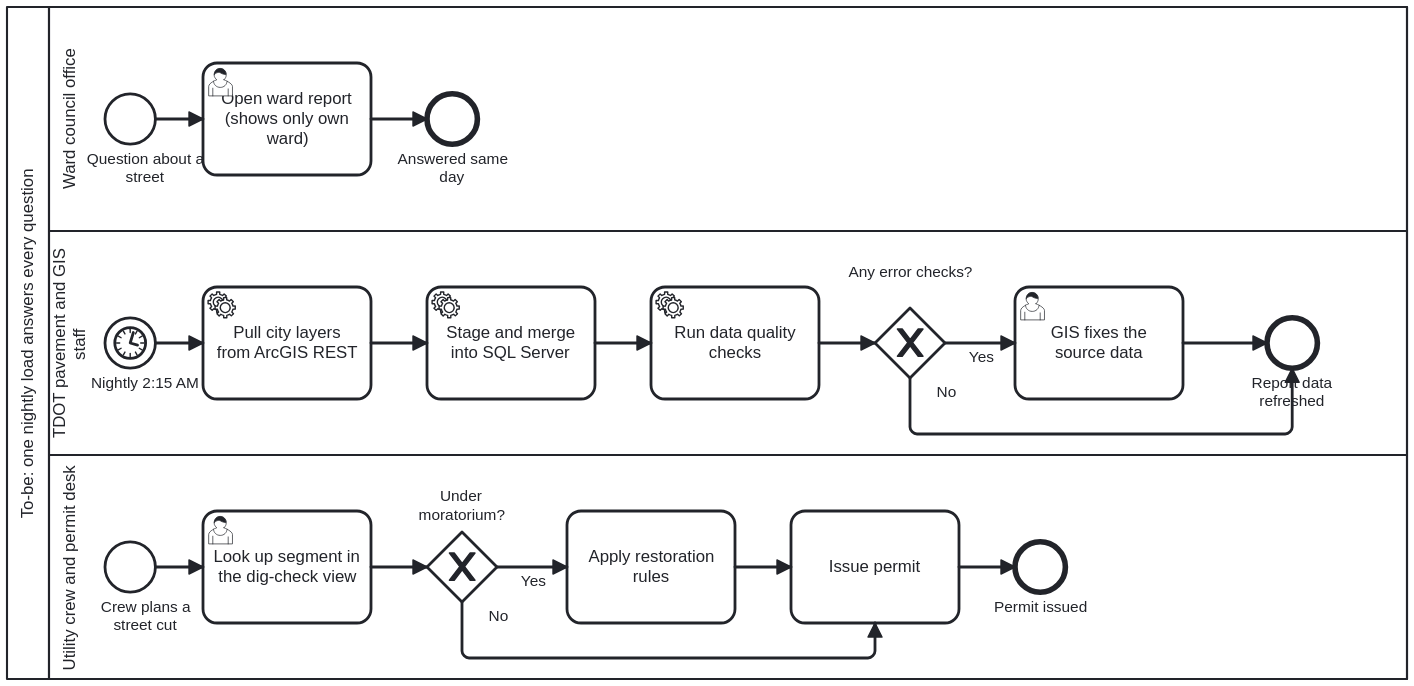
Jahe-moore/tucson-street-conditions keeps this BPMN diagram as docs/process-maps/to-be.svg. Above is the earlier version. Its source is kept beside it as docs/process-maps/to-be.bpmn. Ids are renumbered. The source it was exported from:
```xml
<bpmn:definitions xmlns:bpmn="http://www.omg.org/spec/BPMN/20100524/MODEL" xmlns:bpmndi="http://www.omg.org/spec/BPMN/20100524/DI" xmlns:dc="http://www.omg.org/spec/DD/20100524/DC" xmlns:di="http://www.omg.org/spec/DD/20100524/DI" id="Defs_to-be" targetNamespace="https://example.org/tucson-streets">
  <bpmn:collaboration id="Collab_to-be">
    <bpmn:participant id="Pool_to-be" name="To-be: one nightly load answers every question" processRef="Proc_to-be" />
  </bpmn:collaboration>
  <bpmn:process id="Proc_to-be" isExecutable="false">
    <bpmn:laneSet id="Lanes_to-be">
      <bpmn:lane id="Lane_Ward" name="Ward council office">
        <bpmn:flowNodeRef>S1</bpmn:flowNodeRef>
        <bpmn:flowNodeRef>T1</bpmn:flowNodeRef>
        <bpmn:flowNodeRef>E1</bpmn:flowNodeRef>
      </bpmn:lane>
      <bpmn:lane id="Lane_TDOT" name="TDOT pavement and GIS staff">
        <bpmn:flowNodeRef>S3</bpmn:flowNodeRef>
        <bpmn:flowNodeRef>T2</bpmn:flowNodeRef>
        <bpmn:flowNodeRef>T3</bpmn:flowNodeRef>
        <bpmn:flowNodeRef>T4</bpmn:flowNodeRef>
        <bpmn:flowNodeRef>G2</bpmn:flowNodeRef>
        <bpmn:flowNodeRef>T5</bpmn:flowNodeRef>
        <bpmn:flowNodeRef>E3</bpmn:flowNodeRef>
      </bpmn:lane>
      <bpmn:lane id="Lane_Util" name="Utility crew and permit desk">
        <bpmn:flowNodeRef>S2</bpmn:flowNodeRef>
        <bpmn:flowNodeRef>T6</bpmn:flowNodeRef>
        <bpmn:flowNodeRef>G3</bpmn:flowNodeRef>
        <bpmn:flowNodeRef>T7</bpmn:flowNodeRef>
        <bpmn:flowNodeRef>T8</bpmn:flowNodeRef>
        <bpmn:flowNodeRef>E2</bpmn:flowNodeRef>
      </bpmn:lane>
    </bpmn:laneSet>
    <bpmn:startEvent id="S1" name="Question about a street"><bpmn:outgoing>F1</bpmn:outgoing></bpmn:startEvent>
    <bpmn:userTask id="T1" name="Open ward report (shows only own ward)"><bpmn:incoming>F1</bpmn:incoming><bpmn:outgoing>F2</bpmn:outgoing></bpmn:userTask>
    <bpmn:endEvent id="E1" name="Answered same day"><bpmn:incoming>F2</bpmn:incoming></bpmn:endEvent>
    <bpmn:startEvent id="S3" name="Nightly 2:15 AM"><bpmn:outgoing>F3</bpmn:outgoing><bpmn:timerEventDefinition id="TimerDef_S3" /></bpmn:startEvent>
    <bpmn:serviceTask id="T2" name="Pull city layers from ArcGIS REST"><bpmn:incoming>F3</bpmn:incoming><bpmn:outgoing>F4</bpmn:outgoing></bpmn:serviceTask>
    <bpmn:serviceTask id="T3" name="Stage and merge into SQL Server"><bpmn:incoming>F4</bpmn:incoming><bpmn:outgoing>F5</bpmn:outgoing></bpmn:serviceTask>
    <bpmn:serviceTask id="T4" name="Run data quality checks"><bpmn:incoming>F5</bpmn:incoming><bpmn:outgoing>F6</bpmn:outgoing></bpmn:serviceTask>
    <bpmn:exclusiveGateway id="G2" name="Any error checks?"><bpmn:incoming>F6</bpmn:incoming><bpmn:outgoing>F7</bpmn:outgoing><bpmn:outgoing>F9</bpmn:outgoing></bpmn:exclusiveGateway>
    <bpmn:userTask id="T5" name="GIS fixes the source data"><bpmn:incoming>F7</bpmn:incoming><bpmn:outgoing>F8</bpmn:outgoing></bpmn:userTask>
    <bpmn:endEvent id="E3" name="Report data refreshed"><bpmn:incoming>F8</bpmn:incoming><bpmn:incoming>F9</bpmn:incoming></bpmn:endEvent>
    <bpmn:startEvent id="S2" name="Crew plans a street cut"><bpmn:outgoing>F10</bpmn:outgoing></bpmn:startEvent>
    <bpmn:userTask id="T6" name="Look up segment in the dig-check view"><bpmn:incoming>F10</bpmn:incoming><bpmn:outgoing>F11</bpmn:outgoing></bpmn:userTask>
    <bpmn:exclusiveGateway id="G3" name="Under moratorium?"><bpmn:incoming>F11</bpmn:incoming><bpmn:outgoing>F12</bpmn:outgoing><bpmn:outgoing>F14</bpmn:outgoing></bpmn:exclusiveGateway>
    <bpmn:task id="T7" name="Apply restoration rules"><bpmn:incoming>F12</bpmn:incoming><bpmn:outgoing>F13</bpmn:outgoing></bpmn:task>
    <bpmn:task id="T8" name="Issue permit"><bpmn:incoming>F13</bpmn:incoming><bpmn:incoming>F14</bpmn:incoming><bpmn:outgoing>F15</bpmn:outgoing></bpmn:task>
    <bpmn:endEvent id="E2" name="Permit issued"><bpmn:incoming>F15</bpmn:incoming></bpmn:endEvent>
    <bpmn:sequenceFlow id="F1" sourceRef="S1" targetRef="T1" />
    <bpmn:sequenceFlow id="F2" sourceRef="T1" targetRef="E1" />
    <bpmn:sequenceFlow id="F3" sourceRef="S3" targetRef="T2" />
    <bpmn:sequenceFlow id="F4" sourceRef="T2" targetRef="T3" />
    <bpmn:sequenceFlow id="F5" sourceRef="T3" targetRef="T4" />
    <bpmn:sequenceFlow id="F6" sourceRef="T4" targetRef="G2" />
    <bpmn:sequenceFlow id="F7" name="Yes" sourceRef="G2" targetRef="T5" />
    <bpmn:sequenceFlow id="F8" sourceRef="T5" targetRef="E3" />
    <bpmn:sequenceFlow id="F9" name="No" sourceRef="G2" targetRef="E3" />
    <bpmn:sequenceFlow id="F10" sourceRef="S2" targetRef="T6" />
    <bpmn:sequenceFlow id="F11" sourceRef="T6" targetRef="G3" />
    <bpmn:sequenceFlow id="F12" name="Yes" sourceRef="G3" targetRef="T7" />
    <bpmn:sequenceFlow id="F13" sourceRef="T7" targetRef="T8" />
    <bpmn:sequenceFlow id="F14" name="No" sourceRef="G3" targetRef="T8" />
    <bpmn:sequenceFlow id="F15" sourceRef="T8" targetRef="E2" />
  </bpmn:process>
  <bpmndi:BPMNDiagram id="Diag_to-be"><bpmndi:BPMNPlane id="Plane_to-be" bpmnElement="Collab_to-be">
    <bpmndi:BPMNShape id="Pool_to-be_di" bpmnElement="Pool_to-be" isHorizontal="true"><dc:Bounds x="150" y="80" width="1000" height="480" /></bpmndi:BPMNShape>
    <bpmndi:BPMNShape id="Lane_Ward_di" bpmnElement="Lane_Ward" isHorizontal="true"><dc:Bounds x="180" y="80" width="970" height="160" /></bpmndi:BPMNShape>
    <bpmndi:BPMNShape id="Lane_TDOT_di" bpmnElement="Lane_TDOT" isHorizontal="true"><dc:Bounds x="180" y="240" width="970" height="160" /></bpmndi:BPMNShape>
    <bpmndi:BPMNShape id="Lane_Util_di" bpmnElement="Lane_Util" isHorizontal="true"><dc:Bounds x="180" y="400" width="970" height="160" /></bpmndi:BPMNShape>
    <bpmndi:BPMNShape id="S1_di" bpmnElement="S1"><dc:Bounds x="220" y="142" width="36" height="36" /><bpmndi:BPMNLabel><dc:Bounds x="214" y="182" width="70" height="40" /></bpmndi:BPMNLabel></bpmndi:BPMNShape>
    <bpmndi:BPMNShape id="T1_di" bpmnElement="T1"><dc:Bounds x="290" y="120" width="120" height="80" /></bpmndi:BPMNShape>
    <bpmndi:BPMNShape id="E1_di" bpmnElement="E1"><dc:Bounds x="450" y="142" width="36" height="36" /><bpmndi:BPMNLabel><dc:Bounds x="423" y="182" width="90" height="40" /></bpmndi:BPMNLabel></bpmndi:BPMNShape>
    <bpmndi:BPMNShape id="S3_di" bpmnElement="S3"><dc:Bounds x="220" y="302" width="36" height="36" /><bpmndi:BPMNLabel><dc:Bounds x="214" y="342" width="70" height="40" /></bpmndi:BPMNLabel></bpmndi:BPMNShape>
    <bpmndi:BPMNShape id="T2_di" bpmnElement="T2"><dc:Bounds x="290" y="280" width="120" height="80" /></bpmndi:BPMNShape>
    <bpmndi:BPMNShape id="T3_di" bpmnElement="T3"><dc:Bounds x="450" y="280" width="120" height="80" /></bpmndi:BPMNShape>
    <bpmndi:BPMNShape id="T4_di" bpmnElement="T4"><dc:Bounds x="610" y="280" width="120" height="80" /></bpmndi:BPMNShape>
    <bpmndi:BPMNShape id="G2_di" bpmnElement="G2" isMarkerVisible="true"><dc:Bounds x="770" y="295" width="50" height="50" /><bpmndi:BPMNLabel><dc:Bounds x="750" y="263" width="90" height="40" /></bpmndi:BPMNLabel></bpmndi:BPMNShape>
    <bpmndi:BPMNShape id="T5_di" bpmnElement="T5"><dc:Bounds x="870" y="280" width="120" height="80" /></bpmndi:BPMNShape>
    <bpmndi:BPMNShape id="E3_di" bpmnElement="E3"><dc:Bounds x="1050" y="302" width="36" height="36" /><bpmndi:BPMNLabel><dc:Bounds x="1023" y="342" width="90" height="40" /></bpmndi:BPMNLabel></bpmndi:BPMNShape>
    <bpmndi:BPMNShape id="S2_di" bpmnElement="S2"><dc:Bounds x="220" y="462" width="36" height="36" /><bpmndi:BPMNLabel><dc:Bounds x="214" y="502" width="70" height="40" /></bpmndi:BPMNLabel></bpmndi:BPMNShape>
    <bpmndi:BPMNShape id="T6_di" bpmnElement="T6"><dc:Bounds x="290" y="440" width="120" height="80" /></bpmndi:BPMNShape>
    <bpmndi:BPMNShape id="G3_di" bpmnElement="G3" isMarkerVisible="true"><dc:Bounds x="450" y="455" width="50" height="50" /><bpmndi:BPMNLabel><dc:Bounds x="430" y="423" width="90" height="40" /></bpmndi:BPMNLabel></bpmndi:BPMNShape>
    <bpmndi:BPMNShape id="T7_di" bpmnElement="T7"><dc:Bounds x="550" y="440" width="120" height="80" /></bpmndi:BPMNShape>
    <bpmndi:BPMNShape id="T8_di" bpmnElement="T8"><dc:Bounds x="710" y="440" width="120" height="80" /></bpmndi:BPMNShape>
    <bpmndi:BPMNShape id="E2_di" bpmnElement="E2"><dc:Bounds x="870" y="462" width="36" height="36" /><bpmndi:BPMNLabel><dc:Bounds x="843" y="502" width="90" height="40" /></bpmndi:BPMNLabel></bpmndi:BPMNShape>
    <bpmndi:BPMNEdge id="F1_di" bpmnElement="F1"><di:waypoint x="256" y="160" /><di:waypoint x="290" y="160" /></bpmndi:BPMNEdge>
    <bpmndi:BPMNEdge id="F2_di" bpmnElement="F2"><di:waypoint x="410" y="160" /><di:waypoint x="450" y="160" /></bpmndi:BPMNEdge>
    <bpmndi:BPMNEdge id="F3_di" bpmnElement="F3"><di:waypoint x="256" y="320" /><di:waypoint x="290" y="320" /></bpmndi:BPMNEdge>
    <bpmndi:BPMNEdge id="F4_di" bpmnElement="F4"><di:waypoint x="410" y="320" /><di:waypoint x="450" y="320" /></bpmndi:BPMNEdge>
    <bpmndi:BPMNEdge id="F5_di" bpmnElement="F5"><di:waypoint x="570" y="320" /><di:waypoint x="610" y="320" /></bpmndi:BPMNEdge>
    <bpmndi:BPMNEdge id="F6_di" bpmnElement="F6"><di:waypoint x="730" y="320" /><di:waypoint x="770" y="320" /></bpmndi:BPMNEdge>
    <bpmndi:BPMNEdge id="F7_di" bpmnElement="F7"><di:waypoint x="820" y="320" /><di:waypoint x="870" y="320" /><bpmndi:BPMNLabel><dc:Bounds x="826" y="324" width="40" height="14" /></bpmndi:BPMNLabel></bpmndi:BPMNEdge>
    <bpmndi:BPMNEdge id="F8_di" bpmnElement="F8"><di:waypoint x="990" y="320" /><di:waypoint x="1050" y="320" /></bpmndi:BPMNEdge>
    <bpmndi:BPMNEdge id="F9_di" bpmnElement="F9"><di:waypoint x="795" y="345" /><di:waypoint x="795" y="385" /><di:waypoint x="1068" y="385" /><di:waypoint x="1068" y="338" /><bpmndi:BPMNLabel><dc:Bounds x="801" y="349" width="40" height="14" /></bpmndi:BPMNLabel></bpmndi:BPMNEdge>
    <bpmndi:BPMNEdge id="F10_di" bpmnElement="F10"><di:waypoint x="256" y="480" /><di:waypoint x="290" y="480" /></bpmndi:BPMNEdge>
    <bpmndi:BPMNEdge id="F11_di" bpmnElement="F11"><di:waypoint x="410" y="480" /><di:waypoint x="450" y="480" /></bpmndi:BPMNEdge>
    <bpmndi:BPMNEdge id="F12_di" bpmnElement="F12"><di:waypoint x="500" y="480" /><di:waypoint x="550" y="480" /><bpmndi:BPMNLabel><dc:Bounds x="506" y="484" width="40" height="14" /></bpmndi:BPMNLabel></bpmndi:BPMNEdge>
    <bpmndi:BPMNEdge id="F13_di" bpmnElement="F13"><di:waypoint x="670" y="480" /><di:waypoint x="710" y="480" /></bpmndi:BPMNEdge>
    <bpmndi:BPMNEdge id="F14_di" bpmnElement="F14"><di:waypoint x="475" y="505" /><di:waypoint x="475" y="545" /><di:waypoint x="770" y="545" /><di:waypoint x="770" y="520" /><bpmndi:BPMNLabel><dc:Bounds x="481" y="509" width="40" height="14" /></bpmndi:BPMNLabel></bpmndi:BPMNEdge>
    <bpmndi:BPMNEdge id="F15_di" bpmnElement="F15"><di:waypoint x="830" y="480" /><di:waypoint x="870" y="480" /></bpmndi:BPMNEdge>
  </bpmndi:BPMNPlane></bpmndi:BPMNDiagram>
</bpmn:definitions>
```
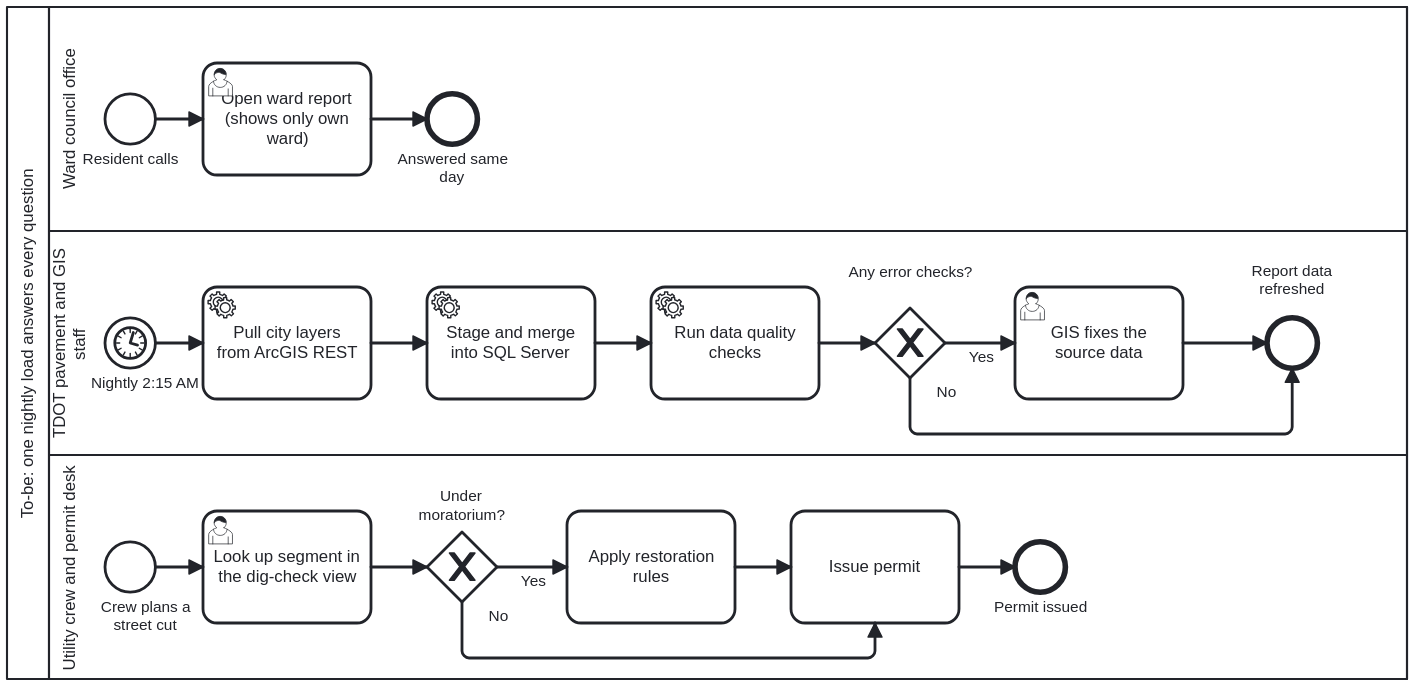
After the commit.

What changed in the source:
```diff
@@ -27,7 +27,7 @@
         <bpmn:flowNodeRef>E2</bpmn:flowNodeRef>
       </bpmn:lane>
     </bpmn:laneSet>
-    <bpmn:startEvent id="S1" name="Question about a street"><bpmn:outgoing>F1</bpmn:outgoing></bpmn:startEvent>
+    <bpmn:startEvent id="S1" name="Resident calls"><bpmn:outgoing>F1</bpmn:outgoing></bpmn:startEvent>
     <bpmn:userTask id="T1" name="Open ward report (shows only own ward)"><bpmn:incoming>F1</bpmn:incoming><bpmn:outgoing>F2</bpmn:outgoing></bpmn:userTask>
     <bpmn:endEvent id="E1" name="Answered same day"><bpmn:incoming>F2</bpmn:incoming></bpmn:endEvent>
     <bpmn:startEvent id="S3" name="Nightly 2:15 AM"><bpmn:outgoing>F3</bpmn:outgoing><bpmn:timerEventDefinition id="TimerDef_S3" /></bpmn:startEvent>
@@ -64,7 +64,7 @@
     <bpmndi:BPMNShape id="Lane_Ward_di" bpmnElement="Lane_Ward" isHorizontal="true"><dc:Bounds x="180" y="80" width="970" height="160" /></bpmndi:BPMNShape>
     <bpmndi:BPMNShape id="Lane_TDOT_di" bpmnElement="Lane_TDOT" isHorizontal="true"><dc:Bounds x="180" y="240" width="970" height="160" /></bpmndi:BPMNShape>
     <bpmndi:BPMNShape id="Lane_Util_di" bpmnElement="Lane_Util" isHorizontal="true"><dc:Bounds x="180" y="400" width="970" height="160" /></bpmndi:BPMNShape>
-    <bpmndi:BPMNShape id="S1_di" bpmnElement="S1"><dc:Bounds x="220" y="142" width="36" height="36" /><bpmndi:BPMNLabel><dc:Bounds x="214" y="182" width="70" height="40" /></bpmndi:BPMNLabel></bpmndi:BPMNShape>
+    <bpmndi:BPMNShape id="S1_di" bpmnElement="S1"><dc:Bounds x="220" y="142" width="36" height="36" /><bpmndi:BPMNLabel><dc:Bounds x="208" y="182" width="60" height="40" /></bpmndi:BPMNLabel></bpmndi:BPMNShape>
     <bpmndi:BPMNShape id="T1_di" bpmnElement="T1"><dc:Bounds x="290" y="120" width="120" height="80" /></bpmndi:BPMNShape>
     <bpmndi:BPMNShape id="E1_di" bpmnElement="E1"><dc:Bounds x="450" y="142" width="36" height="36" /><bpmndi:BPMNLabel><dc:Bounds x="423" y="182" width="90" height="40" /></bpmndi:BPMNLabel></bpmndi:BPMNShape>
     <bpmndi:BPMNShape id="S3_di" bpmnElement="S3"><dc:Bounds x="220" y="302" width="36" height="36" /><bpmndi:BPMNLabel><dc:Bounds x="214" y="342" width="70" height="40" /></bpmndi:BPMNLabel></bpmndi:BPMNShape>
@@ -73,7 +73,7 @@
     <bpmndi:BPMNShape id="T4_di" bpmnElement="T4"><dc:Bounds x="610" y="280" width="120" height="80" /></bpmndi:BPMNShape>
     <bpmndi:BPMNShape id="G2_di" bpmnElement="G2" isMarkerVisible="true"><dc:Bounds x="770" y="295" width="50" height="50" /><bpmndi:BPMNLabel><dc:Bounds x="750" y="263" width="90" height="40" /></bpmndi:BPMNLabel></bpmndi:BPMNShape>
     <bpmndi:BPMNShape id="T5_di" bpmnElement="T5"><dc:Bounds x="870" y="280" width="120" height="80" /></bpmndi:BPMNShape>
-    <bpmndi:BPMNShape id="E3_di" bpmnElement="E3"><dc:Bounds x="1050" y="302" width="36" height="36" /><bpmndi:BPMNLabel><dc:Bounds x="1023" y="342" width="90" height="40" /></bpmndi:BPMNLabel></bpmndi:BPMNShape>
+    <bpmndi:BPMNShape id="E3_di" bpmnElement="E3"><dc:Bounds x="1050" y="302" width="36" height="36" /><bpmndi:BPMNLabel><dc:Bounds x="1030" y="262" width="76" height="34" /></bpmndi:BPMNLabel></bpmndi:BPMNShape>
     <bpmndi:BPMNShape id="S2_di" bpmnElement="S2"><dc:Bounds x="220" y="462" width="36" height="36" /><bpmndi:BPMNLabel><dc:Bounds x="214" y="502" width="70" height="40" /></bpmndi:BPMNLabel></bpmndi:BPMNShape>
     <bpmndi:BPMNShape id="T6_di" bpmnElement="T6"><dc:Bounds x="290" y="440" width="120" height="80" /></bpmndi:BPMNShape>
     <bpmndi:BPMNShape id="G3_di" bpmnElement="G3" isMarkerVisible="true"><dc:Bounds x="450" y="455" width="50" height="50" /><bpmndi:BPMNLabel><dc:Bounds x="430" y="423" width="90" height="40" /></bpmndi:BPMNLabel></bpmndi:BPMNShape>
```
